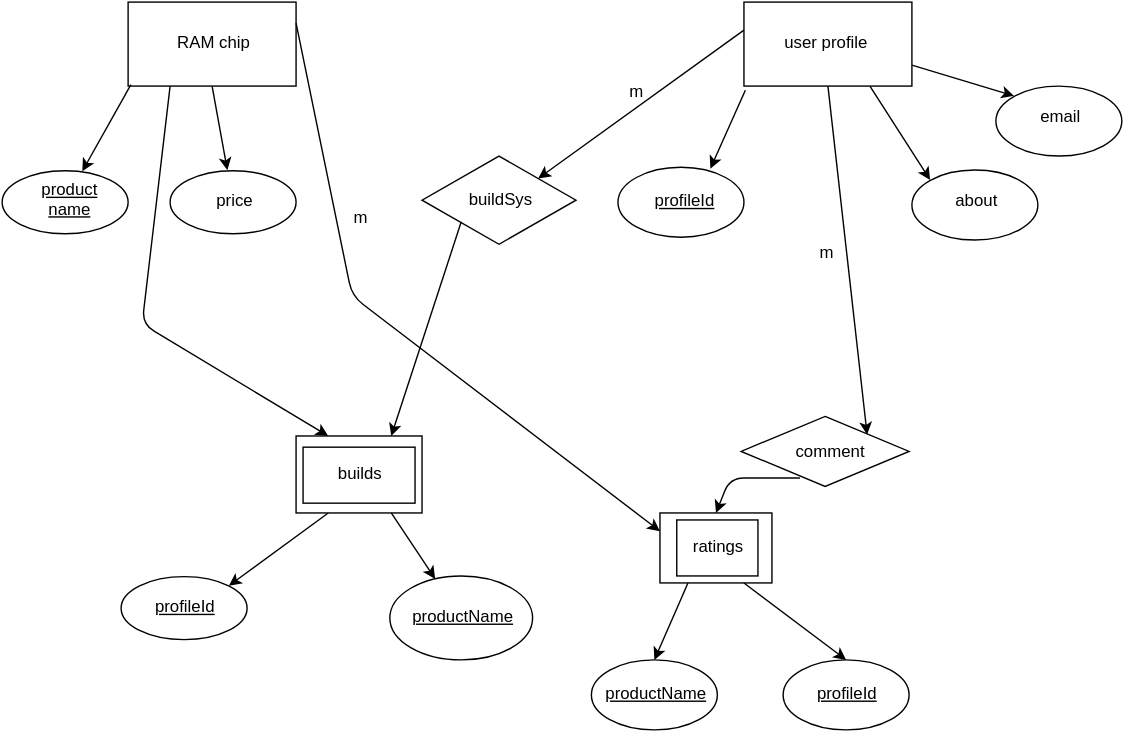
elainethomas/pcpartpickerdotcom keeps this draw.io diagram as pcpartpickerdotcom.svg. Above is the earlier version. Source tidied: cells renumbered, new cells last; positions are measured from the earlier drawing's top-left corner, leaving out a move shared by most shapes.
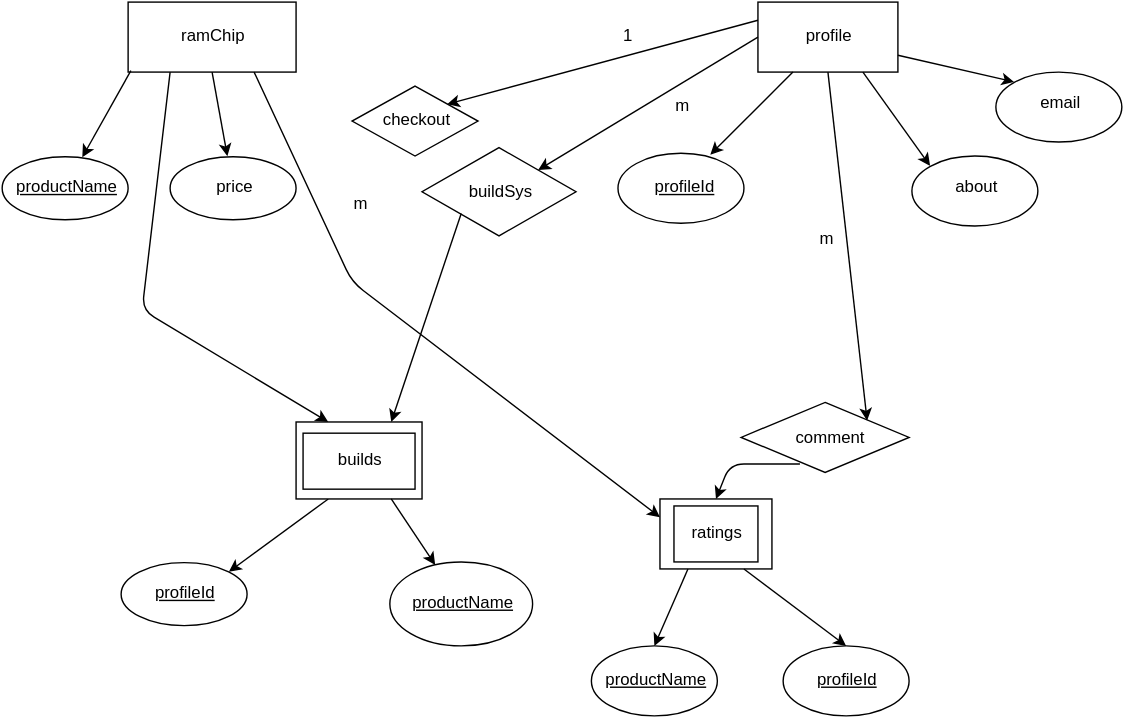
The same file after the commit.

Commit message:
fix use case and photo alignment

Diff of the diagram source:
```diff
@@ -3,10 +3,10 @@
     <mxCell id="0" />
     <mxCell id="1" parent="0" />
     <mxCell id="2" style="whiteSpace=wrap;html=1;" parent="1" vertex="1">
-      <mxGeometry x="90" width="120" height="60" as="geometry" />
+      <mxGeometry x="90" y="10" width="120" height="50" as="geometry" />
     </mxCell>
     <mxCell id="3" style="whiteSpace=wrap;html=1;" parent="1" vertex="1">
-      <mxGeometry x="530" width="120" height="60" as="geometry" />
+      <mxGeometry x="540" y="10" width="100" height="50" as="geometry" />
     </mxCell>
     <mxCell id="4" style="ellipse;whiteSpace=wrap;html=1;" parent="1" vertex="1">
       <mxGeometry y="120" width="90" height="45" as="geometry" />
@@ -41,7 +41,7 @@
     <mxCell id="14" style="endArrow=classic;html=1;exitX=0.25;exitY=1;entryX=1;entryY=0;" parent="1" edge="1" source="30" target="6">
       <mxGeometry relative="1" as="geometry" />
     </mxCell>
-    <mxCell id="15" style="endArrow=classic;html=1;entryX=0.733;entryY=0.02;entryPerimeter=0;exitX=0.008;exitY=1.05;exitPerimeter=0;" parent="1" edge="1" source="3" target="7">
+    <mxCell id="15" style="endArrow=classic;html=1;entryX=0.733;entryY=0.02;entryPerimeter=0;" parent="1" edge="1" source="3" target="7">
       <mxGeometry relative="1" as="geometry" />
     </mxCell>
     <mxCell id="16" style="endArrow=classic;html=1;exitX=0.75;exitY=1;entryX=0;entryY=0;" parent="1" edge="1" source="3" target="8">
@@ -50,14 +50,14 @@
     <mxCell id="17" style="endArrow=classic;html=1;exitX=1;exitY=0.75;entryX=0;entryY=0;" parent="1" edge="1" source="3" target="9">
       <mxGeometry relative="1" as="geometry" />
     </mxCell>
-    <mxCell id="18" value="RAM chip" style="text;html=1;strokeColor=none;fillColor=none;align=center;verticalAlign=middle;whiteSpace=wrap;overflow=hidden;" parent="1" vertex="1">
-      <mxGeometry x="100" y="10" width="100" height="40" as="geometry" />
+    <mxCell id="18" value="ramChip" style="text;html=1;strokeColor=none;fillColor=none;align=center;verticalAlign=middle;whiteSpace=wrap;overflow=hidden;" parent="1" vertex="1">
+      <mxGeometry x="100" y="15" width="100" height="40" as="geometry" />
     </mxCell>
-    <mxCell id="19" value="user profile&lt;br&gt;" style="text;html=1;strokeColor=none;fillColor=none;align=center;verticalAlign=middle;whiteSpace=wrap;overflow=hidden;" parent="1" vertex="1">
-      <mxGeometry x="535" y="10" width="105" height="40" as="geometry" />
+    <mxCell id="19" value="profile&lt;br&gt;" style="text;html=1;strokeColor=none;fillColor=none;align=center;verticalAlign=middle;whiteSpace=wrap;overflow=hidden;" parent="1" vertex="1">
+      <mxGeometry x="545" y="15" width="90" height="40" as="geometry" />
     </mxCell>
-    <mxCell id="20" value="&lt;u&gt;product&lt;br&gt;name&lt;br&gt;&lt;/u&gt;" style="text;html=1;strokeColor=none;fillColor=none;align=center;verticalAlign=middle;whiteSpace=wrap;overflow=hidden;" parent="1" vertex="1">
-      <mxGeometry x="20" y="125" width="55" height="35" as="geometry" />
+    <mxCell id="20" value="&lt;u&gt;productName&lt;/u&gt;" style="text;html=1;strokeColor=none;fillColor=none;align=center;verticalAlign=middle;whiteSpace=wrap;overflow=hidden;" parent="1" vertex="1">
+      <mxGeometry y="125" width="90" height="35" as="geometry" />
     </mxCell>
     <mxCell id="21" value="price" style="text;html=1;strokeColor=none;fillColor=none;align=center;verticalAlign=middle;whiteSpace=wrap;overflow=hidden;" parent="1" vertex="1">
       <mxGeometry x="130" y="125" width="70" height="35" as="geometry" />
@@ -65,7 +65,7 @@
     <mxCell id="22" value="ratings" style="whiteSpace=wrap;html=1;" parent="1" vertex="1">
       <mxGeometry x="470" y="365" width="80" height="50" as="geometry" />
     </mxCell>
-    <mxCell id="23" style="endArrow=classic;html=1;entryX=0;entryY=0.25;exitX=1;exitY=0.25;" parent="1" edge="1" source="2" target="22">
+    <mxCell id="23" style="endArrow=classic;html=1;entryX=0;entryY=0.25;exitX=0.75;exitY=1;" parent="1" edge="1" source="2" target="22">
       <mxGeometry relative="1" as="geometry">
         <Array as="points">
           <mxPoint x="250" y="210" />
@@ -79,7 +79,7 @@
       <mxGeometry x="452" y="133" width="70" height="20" as="geometry" />
     </mxCell>
     <mxCell id="26" value="m" style="text;html=1;strokeColor=none;fillColor=none;align=center;verticalAlign=middle;whiteSpace=wrap;overflow=hidden;" parent="1" vertex="1">
-      <mxGeometry x="432" y="55" width="40" height="20" as="geometry" />
+      <mxGeometry x="465" y="75" width="40" height="20" as="geometry" />
     </mxCell>
     <mxCell id="27" value="about" style="text;html=1;strokeColor=none;fillColor=none;align=center;verticalAlign=middle;whiteSpace=wrap;overflow=hidden;" parent="1" vertex="1">
       <mxGeometry x="660" y="133" width="70" height="20" as="geometry" />
@@ -118,12 +118,10 @@
       </mxGeometry>
     </mxCell>
     <mxCell id="36" value="buildSys" style="rhombus;whiteSpace=wrap;html=1;" parent="1" vertex="1">
-      <mxGeometry x="300" y="110" width="110" height="63" as="geometry" />
+      <mxGeometry x="300" y="114" width="110" height="63" as="geometry" />
     </mxCell>
-    <mxCell id="37" style="endArrow=classic;html=1;entryX=1;entryY=0;" parent="1" edge="1" target="36">
-      <mxGeometry relative="1" as="geometry">
-        <mxPoint x="530" y="20" as="sourcePoint" />
-      </mxGeometry>
+    <mxCell id="37" style="endArrow=classic;html=1;entryX=1;entryY=0;exitX=0;exitY=0.5;" parent="1" edge="1" source="3" target="36">
+      <mxGeometry relative="1" as="geometry" />
     </mxCell>
     <mxCell id="38" style="endArrow=classic;html=1;exitX=0;exitY=1;entryX=0.75;entryY=0;" parent="1" edge="1" source="36" target="30">
       <mxGeometry relative="1" as="geometry" />
@@ -132,7 +130,7 @@
       <mxGeometry x="215" y="318" width="80" height="40" as="geometry" />
     </mxCell>
     <mxCell id="40" value="ratings" style="whiteSpace=wrap;html=1;strokeColor=#000000;gradientColor=#ffffff;" parent="1" vertex="1">
-      <mxGeometry x="482" y="370" width="58" height="40" as="geometry" />
+      <mxGeometry x="480" y="370" width="60" height="40" as="geometry" />
     </mxCell>
     <mxCell id="41" value="&lt;u&gt;profileId&lt;/u&gt;" style="ellipse;whiteSpace=wrap;html=1;" parent="1" vertex="1">
       <mxGeometry x="558" y="470" width="90" height="50" as="geometry" />
@@ -146,5 +144,14 @@
     <mxCell id="44" value="m" style="text;html=1;strokeColor=none;fillColor=none;align=center;verticalAlign=middle;whiteSpace=wrap;overflow=hidden;" parent="1" vertex="1">
       <mxGeometry x="235" y="145" width="40" height="20" as="geometry" />
     </mxCell>
+    <mxCell id="45" value="checkout" style="rhombus;whiteSpace=wrap;html=1;strokeColor=#000000;gradientColor=#ffffff;" parent="1" vertex="1">
+      <mxGeometry x="250" y="70" width="90" height="50" as="geometry" />
+    </mxCell>
+    <mxCell id="46" style="endArrow=classic;html=1;exitX=0;exitY=0.25;entryX=1;entryY=0;" parent="1" edge="1" source="3" target="45">
+      <mxGeometry relative="1" as="geometry" />
+    </mxCell>
+    <mxCell id="47" value="1" style="text;html=1;strokeColor=none;fillColor=none;align=center;verticalAlign=middle;whiteSpace=wrap;overflow=hidden;" parent="1" vertex="1">
+      <mxGeometry x="426" y="25" width="40" height="20" as="geometry" />
+    </mxCell>
   </root>
 </mxGraphModel>
```
